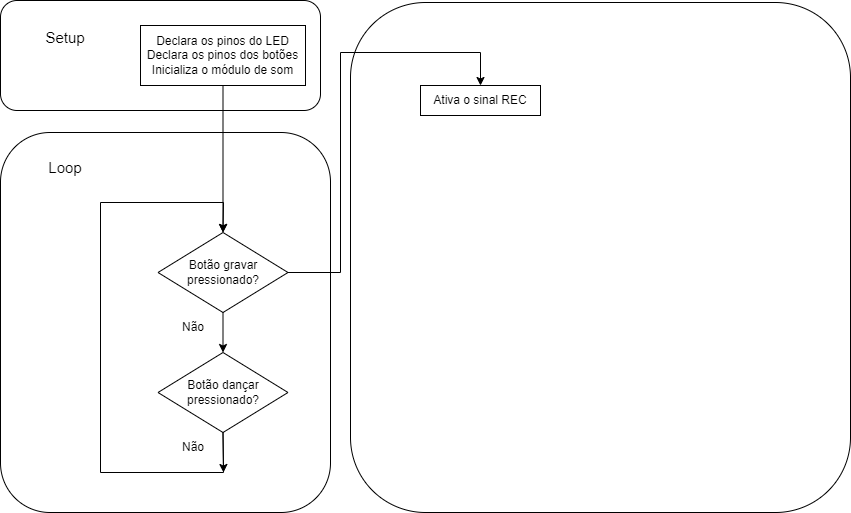
vm-bertini/ea075-2023.1 keeps this draw.io diagram as projetos/cacto_dancante/images/especificacao_software.png. Above is the earlier version. Source tidied: cells renumbered, new cells last; positions are measured from the earlier drawing's top-left corner, leaving out a move shared by most shapes.
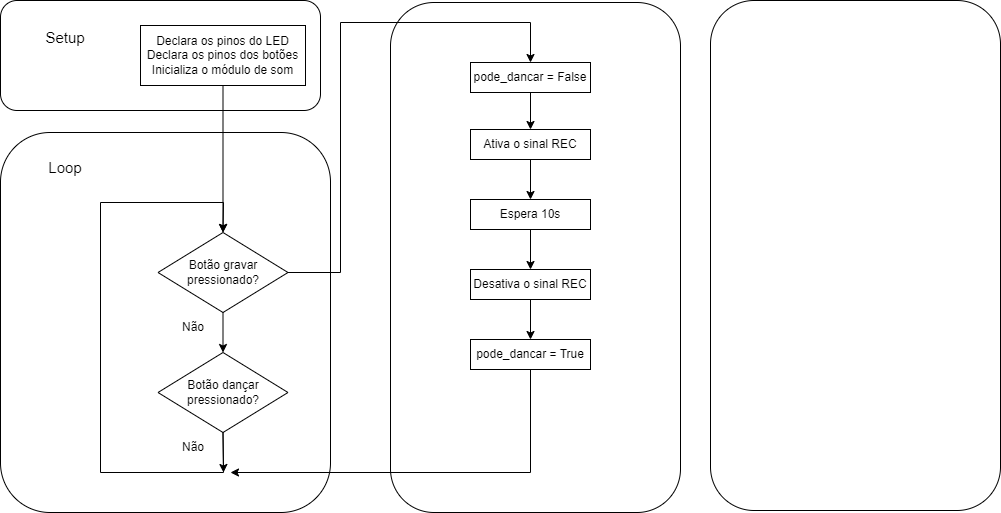
The same diagram one commit later.

Change to the diagram source:
```diff
@@ -51,19 +51,54 @@
       <mxGeometry x="163" y="432" width="60" height="30" as="geometry" />
     </mxCell>
     <mxCell id="15" style="rounded=1;whiteSpace=wrap;html=1;" parent="1" vertex="1">
-      <mxGeometry x="350" y="2" width="500" height="510" as="geometry" />
+      <mxGeometry x="390" y="2" width="290" height="510" as="geometry" />
     </mxCell>
-    <mxCell id="16" value="Ativa o sinal REC" style="rounded=0;whiteSpace=wrap;html=1;" parent="1" vertex="1">
-      <mxGeometry x="420" y="85" width="120" height="30" as="geometry" />
+    <mxCell id="16" value="pode_dancar = False" style="rounded=0;whiteSpace=wrap;html=1;" parent="1" vertex="1">
+      <mxGeometry x="470" y="62" width="120" height="30" as="geometry" />
     </mxCell>
     <mxCell id="17" style="endArrow=classic;html=1;rounded=0;exitX=1;exitY=0.5;exitDx=0;exitDy=0;entryX=0.5;entryY=0;entryDx=0;entryDy=0;" parent="1" edge="1" source="4" target="16">
       <mxGeometry relative="1" as="geometry">
         <Array as="points">
           <mxPoint x="340" y="272" />
-          <mxPoint x="340" y="52" />
-          <mxPoint x="480" y="52" />
+          <mxPoint x="340" y="22" />
+          <mxPoint x="530" y="22" />
         </Array>
       </mxGeometry>
     </mxCell>
+    <mxCell id="18" value="Desativa o sinal REC" style="rounded=0;whiteSpace=wrap;html=1;" parent="1" vertex="1">
+      <mxGeometry x="470" y="269" width="120" height="30" as="geometry" />
+    </mxCell>
+    <mxCell id="19" value="Espera 10s" style="rounded=0;whiteSpace=wrap;html=1;" parent="1" vertex="1">
+      <mxGeometry x="470" y="199" width="120" height="30" as="geometry" />
+    </mxCell>
+    <mxCell id="20" value="Ativa o sinal REC" style="rounded=0;whiteSpace=wrap;html=1;" parent="1" vertex="1">
+      <mxGeometry x="470" y="129" width="120" height="30" as="geometry" />
+    </mxCell>
+    <mxCell id="21" style="endArrow=classic;html=1;rounded=0;exitX=0.5;exitY=1;exitDx=0;exitDy=0;entryX=0.5;entryY=0;entryDx=0;entryDy=0;" parent="1" edge="1" source="16" target="20">
+      <mxGeometry relative="1" as="geometry" />
+    </mxCell>
+    <mxCell id="22" style="endArrow=classic;html=1;rounded=0;exitX=0.5;exitY=1;exitDx=0;exitDy=0;entryX=0.5;entryY=0;entryDx=0;entryDy=0;" parent="1" edge="1" source="20" target="19">
+      <mxGeometry relative="1" as="geometry" />
+    </mxCell>
+    <mxCell id="23" style="endArrow=classic;html=1;rounded=0;exitX=0.5;exitY=1;exitDx=0;exitDy=0;entryX=0.5;entryY=0;entryDx=0;entryDy=0;" parent="1" edge="1" source="19" target="18">
+      <mxGeometry relative="1" as="geometry" />
+    </mxCell>
+    <mxCell id="24" value="pode_dancar = True" style="rounded=0;whiteSpace=wrap;html=1;" parent="1" vertex="1">
+      <mxGeometry x="470" y="339" width="120" height="30" as="geometry" />
+    </mxCell>
+    <mxCell id="25" style="endArrow=classic;html=1;rounded=0;exitX=0.5;exitY=1;exitDx=0;exitDy=0;entryX=0.5;entryY=0;entryDx=0;entryDy=0;" parent="1" edge="1" source="18" target="24">
+      <mxGeometry relative="1" as="geometry" />
+    </mxCell>
+    <mxCell id="26" style="endArrow=classic;html=1;rounded=0;exitX=0.5;exitY=1;exitDx=0;exitDy=0;" parent="1" edge="1" source="24">
+      <mxGeometry relative="1" as="geometry">
+        <mxPoint x="230" y="472" as="targetPoint" />
+        <Array as="points">
+          <mxPoint x="530" y="472" />
+        </Array>
+      </mxGeometry>
+    </mxCell>
+    <mxCell id="27" style="rounded=1;whiteSpace=wrap;html=1;" parent="1" vertex="1">
+      <mxGeometry x="710" width="290" height="510" as="geometry" />
+    </mxCell>
   </root>
 </mxGraphModel>
```
